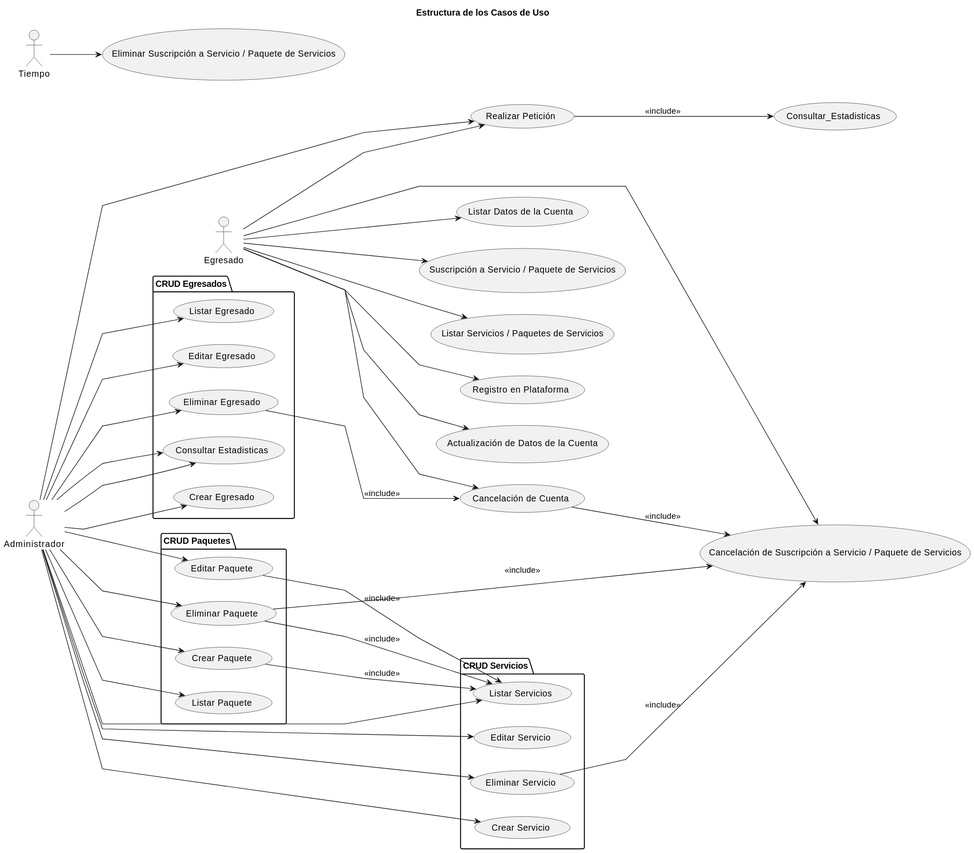
This is Caso_de_Uso/Estructura/Estructura.svg from mmasias/23-24-IdSw1-SDR, a PlantUML export, as it was before one commit.
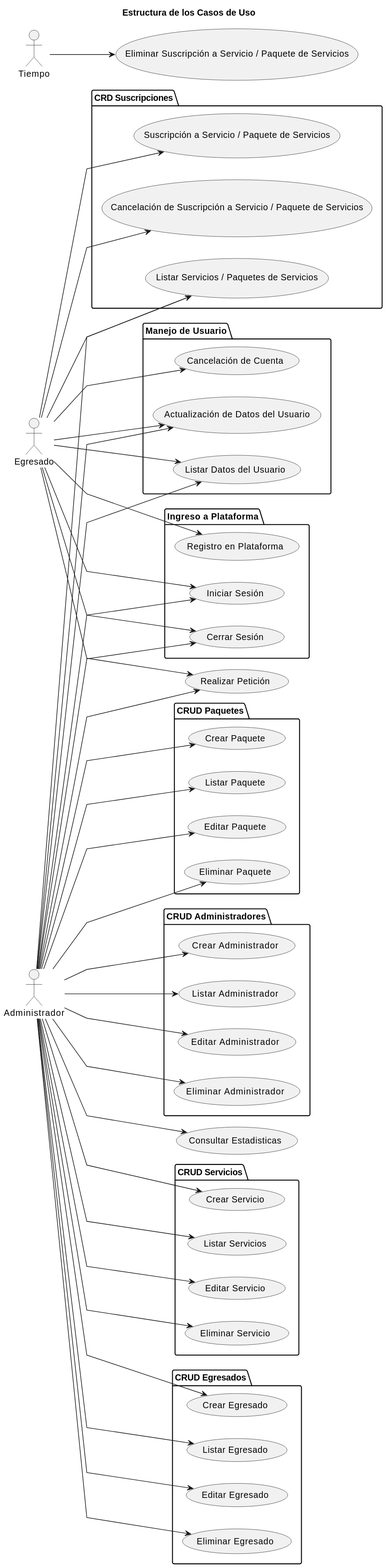
The same file after the commit.

Diff of the diagram source:
```diff
@@ -14,6 +14,33 @@
 actor Administrador
 actor Tiempo
 
+Tiempo --> (Eliminar Suscripción a Servicio / Paquete de Servicios)
+
+Administrador --> (Consultar Estadisticas)
+
+folder "Manejo de Usuario" as cuentas {
+    Egresado --> (Actualización de Datos del Usuario)
+    Egresado --> (Cancelación de Cuenta)
+    Egresado --> (Listar Datos del Usuario)
+    Administrador --> (Actualización de Datos del Usuario)
+    Administrador --> (Listar Datos del Usuario)
+}
+
+folder "Ingreso a Plataforma" as ingreso {
+    Egresado --> (Registro en Plataforma)
+    Egresado --> (Iniciar Sesión)
+    Administrador --> (Iniciar Sesión)
+    Egresado --> (Cerrar Sesión)
+    Administrador --> (Cerrar Sesión)
+}
+
+folder "CRD Suscripciones" as CRDSuscripciones {
+    Egresado --> (Suscripción a Servicio / Paquete de Servicios)
+    Egresado --> (Cancelación de Suscripción a Servicio / Paquete de Servicios)
+    Egresado --> (Listar Servicios / Paquetes de Servicios)
+    Administrador --> (Listar Servicios / Paquetes de Servicios)
+}
+
 folder "CRUD Servicios" as CRUDServicios {
     Administrador --> (Crear Servicio)
     Administrador --> (Listar Servicios)
@@ -26,7 +53,6 @@
     Administrador --> (Listar Egresado)
     Administrador --> (Editar Egresado)
     Administrador --> (Eliminar Egresado)
-    Administrador --> (Consultar Estadisticas)
 }
 
 folder "CRUD Paquetes" as CRUDPaquetes {
@@ -36,27 +62,15 @@
     Administrador --> (Eliminar Paquete)
 }
 
+folder "CRUD Administradores" as CRUDAdministradores {
+    Administrador --> (Crear Administrador)
+    Administrador --> (Listar Administrador)
+    Administrador --> (Editar Administrador)
+    Administrador --> (Eliminar Administrador)
+}
+
 Administrador --> (Realizar Petición)
-Administrador --> (Consultar Estadisticas)
-
-Egresado --> (Registro en Plataforma)
-Egresado --> (Cancelación de Cuenta)
-Egresado --> (Actualización de Datos de la Cuenta)
-Egresado --> (Listar Datos de la Cuenta)
-Egresado --> (Suscripción a Servicio / Paquete de Servicios)
-Egresado --> (Cancelación de Suscripción a Servicio / Paquete de Servicios)
-Egresado --> (Listar Servicios / Paquetes de Servicios)
 Egresado --> (Realizar Petición)
 
-Tiempo --> (Eliminar Suscripción a Servicio / Paquete de Servicios)
-
-(Realizar Petición) --> (Consultar_Estadisticas) : <<include>>
-(Eliminar Egresado) --> (Cancelación de Cuenta) : <<include>>
-(Cancelación de Cuenta) --> (Cancelación de Suscripción a Servicio / Paquete de Servicios) : <<include>>
-(Eliminar Paquete) --> (Listar Servicios) : <<include>>
-(Eliminar Paquete) --> (Cancelación de Suscripción a Servicio / Paquete de Servicios) : <<include>>
-(Editar Paquete) --> (Listar Servicios) : <<include>>
-(Crear Paquete) --> (Listar Servicios) : <<include>>
-(Eliminar Servicio) --> (Cancelación de Suscripción a Servicio / Paquete de Servicios) : <<include>>
 
 @enduml
```
